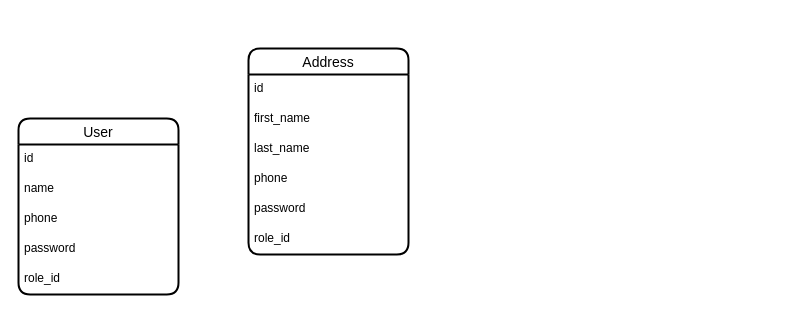
Before: karsoft-notification.drawio in iztileuoff/databases, a draw.io diagram. Source tidied: cells renumbered, new cells numbered last; positions are measured from the earlier drawing's top-left corner, leaving out a move shared by most shapes. Both pictures are drawn from the tidied source at 100%, with x=0, y=0 at pixel (18, 48).
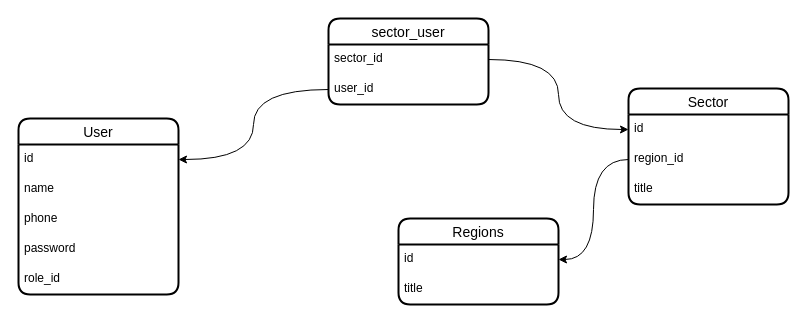
The same page after the edit.

The change refers to these unchanged cells:
```xml
<mxCell id="3" value="id" style="text;strokeColor=none;fillColor=none;spacingLeft=4;spacingRight=4;overflow=hidden;points=[[0,0.5],[1,0.5]];portConstraint=eastwest;fontSize=12;whiteSpace=wrap;html=1;" parent="2" vertex="1">
  <mxGeometry y="26" width="160" height="30" as="geometry" />
</mxCell>
<mxCell id="9" value="id" style="text;strokeColor=none;fillColor=none;spacingLeft=4;spacingRight=4;overflow=hidden;points=[[0,0.5],[1,0.5]];portConstraint=eastwest;fontSize=12;whiteSpace=wrap;html=1;" parent="8" vertex="1">
  <mxGeometry y="26" width="160" height="30" as="geometry" />
</mxCell>
```

What changed in the source:
```diff
@@
-    <mxCell id="8" value="Address" style="swimlane;fontStyle=0;horizontal=1;startSize=26;align=center;fontSize=14;strokeWidth=2;rounded=1;shadow=0;glass=0;swimlaneLine=1;" parent="1" vertex="1">
-      <mxGeometry x="230" width="160" height="206" as="geometry" />
+    <mxCell id="8" value="Regions" style="swimlane;fontStyle=0;horizontal=1;startSize=26;align=center;fontSize=14;strokeWidth=2;rounded=1;shadow=0;glass=0;swimlaneLine=1;" parent="1" vertex="1">
+      <mxGeometry x="380" y="170" width="160" height="86" as="geometry" />
     </mxCell>
@@
-    <mxCell id="10" value="first_name" style="text;strokeColor=none;fillColor=none;spacingLeft=4;spacingRight=4;overflow=hidden;fontSize=12;whiteSpace=wrap;html=1;" parent="8" vertex="1">
+    <mxCell id="10" value="title" style="text;strokeColor=none;fillColor=none;spacingLeft=4;spacingRight=4;overflow=hidden;fontSize=12;whiteSpace=wrap;html=1;" parent="8" vertex="1">
       <mxGeometry y="56" width="160" height="30" as="geometry" />
     </mxCell>
-    <mxCell id="11" value="last_name" style="text;strokeColor=none;fillColor=none;spacingLeft=4;spacingRight=4;overflow=hidden;fontSize=12;whiteSpace=wrap;html=1;" parent="8" vertex="1">
-      <mxGeometry y="86" width="160" height="30" as="geometry" />
-    </mxCell>
-    <mxCell id="12" value="phone" style="text;strokeColor=none;fillColor=none;spacingLeft=4;spacingRight=4;overflow=hidden;fontSize=12;whiteSpace=wrap;html=1;" parent="8" vertex="1">
-      <mxGeometry y="116" width="160" height="30" as="geometry" />
-    </mxCell>
-    <mxCell id="13" value="password" style="text;strokeColor=none;fillColor=none;spacingLeft=4;spacingRight=4;overflow=hidden;fontSize=12;whiteSpace=wrap;html=1;" parent="8" vertex="1">
-      <mxGeometry y="146" width="160" height="30" as="geometry" />
-    </mxCell>
-    <mxCell id="14" value="role_id" style="text;strokeColor=none;fillColor=none;spacingLeft=4;spacingRight=4;overflow=hidden;fontSize=12;whiteSpace=wrap;html=1;" parent="8" vertex="1">
-      <mxGeometry y="176" width="160" height="30" as="geometry" />
-    </mxCell>
+    <mxCell id="15" value="Sector" style="swimlane;fontStyle=0;horizontal=1;startSize=26;align=center;fontSize=14;strokeWidth=2;rounded=1;shadow=0;glass=0;swimlaneLine=1;" parent="1" vertex="1">
+      <mxGeometry x="610" y="40" width="160" height="116" as="geometry" />
+    </mxCell>
+    <mxCell id="16" value="id" style="text;strokeColor=none;fillColor=none;spacingLeft=4;spacingRight=4;overflow=hidden;points=[[0,0.5],[1,0.5]];portConstraint=eastwest;fontSize=12;whiteSpace=wrap;html=1;" parent="15" vertex="1">
+      <mxGeometry y="26" width="160" height="30" as="geometry" />
+    </mxCell>
+    <mxCell id="17" value="region_id" style="text;strokeColor=none;fillColor=none;spacingLeft=4;spacingRight=4;overflow=hidden;points=[[0,0.5],[1,0.5]];portConstraint=eastwest;fontSize=12;whiteSpace=wrap;html=1;" parent="15" vertex="1">
+      <mxGeometry y="56" width="160" height="30" as="geometry" />
+    </mxCell>
+    <mxCell id="18" value="title" style="text;strokeColor=none;fillColor=none;spacingLeft=4;spacingRight=4;overflow=hidden;fontSize=12;whiteSpace=wrap;html=1;" parent="15" vertex="1">
+      <mxGeometry y="86" width="160" height="30" as="geometry" />
+    </mxCell>
+    <mxCell id="19" style="edgeStyle=orthogonalEdgeStyle;rounded=0;jettySize=auto;html=1;entryX=1;entryY=0.5;entryDx=0;entryDy=0;curved=1;" parent="1" edge="1" source="17" target="9">
+      <mxGeometry relative="1" as="geometry" />
+    </mxCell>
+    <mxCell id="20" value="sector_user" style="swimlane;fontStyle=0;horizontal=1;startSize=26;align=center;fontSize=14;strokeWidth=2;rounded=1;shadow=0;glass=0;swimlaneLine=1;" parent="1" vertex="1">
+      <mxGeometry x="310" y="-30" width="160" height="86" as="geometry" />
+    </mxCell>
+    <mxCell id="21" value="sector_id" style="text;strokeColor=none;fillColor=none;spacingLeft=4;spacingRight=4;overflow=hidden;points=[[0,0.5],[1,0.5]];portConstraint=eastwest;fontSize=12;whiteSpace=wrap;html=1;" parent="20" vertex="1">
+      <mxGeometry y="26" width="160" height="30" as="geometry" />
+    </mxCell>
+    <mxCell id="22" value="user_id" style="text;strokeColor=none;fillColor=none;spacingLeft=4;spacingRight=4;overflow=hidden;points=[[0,0.5],[1,0.5]];portConstraint=eastwest;fontSize=12;whiteSpace=wrap;html=1;" parent="20" vertex="1">
+      <mxGeometry y="56" width="160" height="30" as="geometry" />
+    </mxCell>
+    <mxCell id="23" style="edgeStyle=orthogonalEdgeStyle;rounded=0;jettySize=auto;html=1;entryX=1;entryY=0.5;entryDx=0;entryDy=0;curved=1;" parent="1" edge="1" source="22" target="3">
+      <mxGeometry relative="1" as="geometry" />
+    </mxCell>
+    <mxCell id="24" style="edgeStyle=orthogonalEdgeStyle;rounded=0;jettySize=auto;html=1;entryX=0;entryY=0.5;entryDx=0;entryDy=0;curved=1;" parent="1" edge="1" source="21" target="16">
+      <mxGeometry relative="1" as="geometry" />
+    </mxCell>
```
